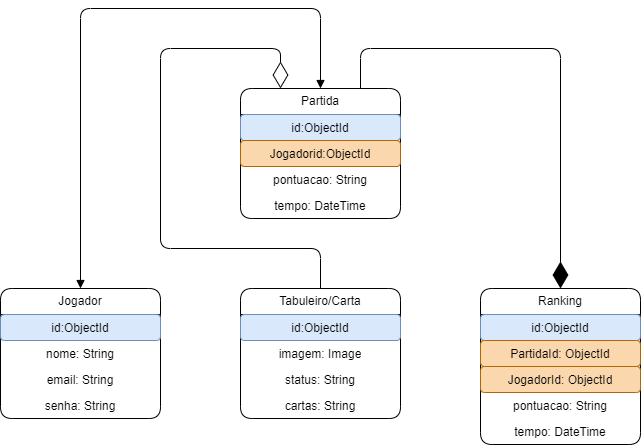
Above: Docs/NOAMPi.drawio.png in FatecFranca/DSM-P3-G05-2025-1 (draw.io), before the change. Source tidied: cells renumbered, new cells last; positions are measured from the earlier drawing's top-left corner, leaving out a move shared by most shapes. The source it was exported from:
```xml
<mxGraphModel background="#ffffff">
  <root>
    <mxCell id="0" />
    <mxCell id="1" parent="0" />
    <mxCell id="2" value="Jogador" style="swimlane;fontStyle=0;horizontal=1;startSize=26;fillColor=none;whiteSpace=wrap;html=1;rounded=1;" parent="1" vertex="1">
      <mxGeometry y="280" width="160" height="130" as="geometry" />
    </mxCell>
    <mxCell id="3" value="id:ObjectId" style="text;strokeColor=#6c8ebf;fillColor=#dae8fc;align=center;verticalAlign=top;spacingLeft=4;spacingRight=4;overflow=hidden;whiteSpace=wrap;html=1;rounded=1;" parent="2" vertex="1">
      <mxGeometry y="26" width="160" height="26" as="geometry" />
    </mxCell>
    <mxCell id="4" value="nome: String" style="text;strokeColor=none;fillColor=none;align=center;verticalAlign=top;spacingLeft=4;spacingRight=4;overflow=hidden;whiteSpace=wrap;html=1;rounded=1;" parent="2" vertex="1">
      <mxGeometry y="52" width="160" height="26" as="geometry" />
    </mxCell>
    <mxCell id="5" value="email: String" style="text;strokeColor=none;fillColor=none;align=center;verticalAlign=top;spacingLeft=4;spacingRight=4;overflow=hidden;whiteSpace=wrap;html=1;rounded=1;" parent="2" vertex="1">
      <mxGeometry y="78" width="160" height="26" as="geometry" />
    </mxCell>
    <mxCell id="6" value="senha: String" style="text;strokeColor=none;fillColor=none;align=center;verticalAlign=top;spacingLeft=4;spacingRight=4;overflow=hidden;points=[[0,0.5],[1,0.5]];portConstraint=eastwest;whiteSpace=wrap;html=1;rounded=1;" parent="2" vertex="1">
      <mxGeometry y="104" width="160" height="26" as="geometry" />
    </mxCell>
    <mxCell id="7" value="Tabuleiro/Carta" style="swimlane;fontStyle=0;horizontal=1;startSize=26;fillColor=none;whiteSpace=wrap;html=1;rounded=1;" parent="1" vertex="1">
      <mxGeometry x="240" y="280" width="160" height="130" as="geometry" />
    </mxCell>
    <mxCell id="8" value="id:ObjectId" style="text;strokeColor=#6c8ebf;fillColor=#dae8fc;align=center;verticalAlign=top;spacingLeft=4;spacingRight=4;overflow=hidden;whiteSpace=wrap;html=1;rounded=1;" parent="7" vertex="1">
      <mxGeometry y="26" width="160" height="26" as="geometry" />
    </mxCell>
    <mxCell id="9" value="imagem: Image" style="text;strokeColor=none;fillColor=none;align=center;verticalAlign=top;spacingLeft=4;spacingRight=4;overflow=hidden;whiteSpace=wrap;html=1;rounded=1;" parent="7" vertex="1">
      <mxGeometry y="52" width="160" height="26" as="geometry" />
    </mxCell>
    <mxCell id="10" value="status: String" style="text;strokeColor=none;fillColor=none;align=center;verticalAlign=top;spacingLeft=4;spacingRight=4;overflow=hidden;whiteSpace=wrap;html=1;rounded=1;" parent="7" vertex="1">
      <mxGeometry y="78" width="160" height="26" as="geometry" />
    </mxCell>
    <mxCell id="11" value="cartas: String" style="text;strokeColor=none;fillColor=none;align=center;verticalAlign=top;spacingLeft=4;spacingRight=4;overflow=hidden;whiteSpace=wrap;html=1;rounded=1;" parent="7" vertex="1">
      <mxGeometry y="104" width="160" height="26" as="geometry" />
    </mxCell>
    <mxCell id="12" value="Partida" style="swimlane;fontStyle=0;horizontal=1;startSize=26;fillColor=none;whiteSpace=wrap;html=1;rounded=1;" parent="1" vertex="1">
      <mxGeometry x="240" y="80" width="160" height="130" as="geometry" />
    </mxCell>
    <mxCell id="13" value="id:ObjectId" style="text;strokeColor=#6c8ebf;fillColor=#dae8fc;align=center;verticalAlign=top;spacingLeft=4;spacingRight=4;overflow=hidden;whiteSpace=wrap;html=1;rounded=1;" parent="12" vertex="1">
      <mxGeometry y="26" width="160" height="26" as="geometry" />
    </mxCell>
    <mxCell id="14" value="Jogadorid:ObjectId" style="text;strokeColor=#b46504;fillColor=#fad7ac;align=center;verticalAlign=top;spacingLeft=4;spacingRight=4;overflow=hidden;whiteSpace=wrap;html=1;rounded=1;" parent="12" vertex="1">
      <mxGeometry y="52" width="160" height="26" as="geometry" />
    </mxCell>
    <mxCell id="15" value="pontuacao: String" style="text;strokeColor=none;fillColor=none;align=center;verticalAlign=top;spacingLeft=4;spacingRight=4;overflow=hidden;whiteSpace=wrap;html=1;rounded=1;" parent="12" vertex="1">
      <mxGeometry y="78" width="160" height="26" as="geometry" />
    </mxCell>
    <mxCell id="16" value="tempo: DateTime" style="text;strokeColor=none;fillColor=none;align=center;verticalAlign=top;spacingLeft=4;spacingRight=4;overflow=hidden;whiteSpace=wrap;html=1;rounded=1;" parent="12" vertex="1">
      <mxGeometry y="104" width="160" height="26" as="geometry" />
    </mxCell>
    <mxCell id="17" value="Ranking" style="swimlane;fontStyle=0;horizontal=1;startSize=26;fillColor=none;whiteSpace=wrap;html=1;rounded=1;" parent="1" vertex="1">
      <mxGeometry x="480" y="280" width="160" height="156" as="geometry" />
    </mxCell>
    <mxCell id="18" value="id:ObjectId" style="text;strokeColor=#6c8ebf;fillColor=#dae8fc;align=center;verticalAlign=top;spacingLeft=4;spacingRight=4;overflow=hidden;whiteSpace=wrap;html=1;rounded=1;" parent="17" vertex="1">
      <mxGeometry y="26" width="160" height="26" as="geometry" />
    </mxCell>
    <mxCell id="19" value="PartidaId: ObjectId" style="text;strokeColor=#b46504;fillColor=#fad7ac;align=center;verticalAlign=top;spacingLeft=4;spacingRight=4;overflow=hidden;whiteSpace=wrap;html=1;rounded=1;" parent="17" vertex="1">
      <mxGeometry y="52" width="160" height="26" as="geometry" />
    </mxCell>
    <mxCell id="20" value="JogadorId: ObjectId" style="text;strokeColor=#b46504;fillColor=#fad7ac;align=center;verticalAlign=top;spacingLeft=4;spacingRight=4;overflow=hidden;whiteSpace=wrap;html=1;rounded=1;" parent="17" vertex="1">
      <mxGeometry y="78" width="160" height="26" as="geometry" />
    </mxCell>
    <mxCell id="21" value="pontuacao: String" style="text;strokeColor=none;fillColor=none;align=center;verticalAlign=top;spacingLeft=4;spacingRight=4;overflow=hidden;whiteSpace=wrap;html=1;rounded=1;" parent="17" vertex="1">
      <mxGeometry y="104" width="160" height="26" as="geometry" />
    </mxCell>
    <mxCell id="22" value="tempo: DateTime" style="text;strokeColor=none;fillColor=none;align=center;verticalAlign=top;spacingLeft=4;spacingRight=4;overflow=hidden;points=[[0,0.5],[1,0.5]];portConstraint=eastwest;whiteSpace=wrap;html=1;rounded=1;" parent="17" vertex="1">
      <mxGeometry y="130" width="160" height="26" as="geometry" />
    </mxCell>
    <mxCell id="23" style="endArrow=diamondThin;endFill=1;endSize=24;html=1;exitX=0.75;exitY=0;exitDx=0;exitDy=0;entryX=0.5;entryY=0;entryDx=0;entryDy=0;rounded=1;" parent="1" edge="1" source="12" target="17">
      <mxGeometry relative="1" as="geometry">
        <Array as="points">
          <mxPoint x="360" y="40" />
          <mxPoint x="560" y="40" />
        </Array>
      </mxGeometry>
    </mxCell>
    <mxCell id="24" style="endArrow=block;startArrow=block;endFill=1;startFill=1;html=1;exitX=0.5;exitY=0;exitDx=0;exitDy=0;entryX=0.5;entryY=0;entryDx=0;entryDy=0;rounded=1;" parent="1" edge="1" source="2" target="12">
      <mxGeometry relative="1" as="geometry">
        <Array as="points">
          <mxPoint x="80" />
          <mxPoint x="320" />
        </Array>
      </mxGeometry>
    </mxCell>
    <mxCell id="25" style="endArrow=diamondThin;endFill=0;endSize=24;html=1;exitX=0.5;exitY=0;exitDx=0;exitDy=0;entryX=0.25;entryY=0;entryDx=0;entryDy=0;rounded=1;" parent="1" edge="1" source="7" target="12">
      <mxGeometry relative="1" as="geometry">
        <Array as="points">
          <mxPoint x="320" y="240" />
          <mxPoint x="160" y="240" />
          <mxPoint x="160" y="40" />
          <mxPoint x="280" y="40" />
        </Array>
      </mxGeometry>
    </mxCell>
  </root>
</mxGraphModel>
```
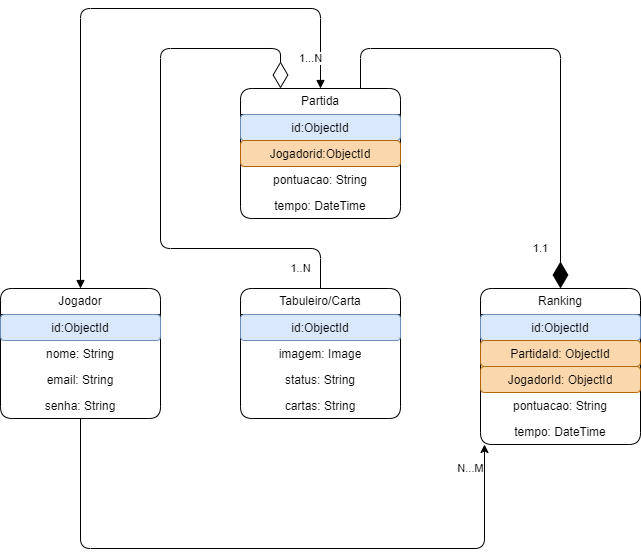
Later version of the same file.

Commit message:
1º Commit   Primeiro teste jogo da memória

Diff of the diagram source:
```diff
@@ -65,24 +65,24 @@
     <mxCell id="22" value="tempo: DateTime" style="text;strokeColor=none;fillColor=none;align=center;verticalAlign=top;spacingLeft=4;spacingRight=4;overflow=hidden;points=[[0,0.5],[1,0.5]];portConstraint=eastwest;whiteSpace=wrap;html=1;rounded=1;" parent="17" vertex="1">
       <mxGeometry y="130" width="160" height="26" as="geometry" />
     </mxCell>
-    <mxCell id="23" style="endArrow=diamondThin;endFill=1;endSize=24;html=1;exitX=0.75;exitY=0;exitDx=0;exitDy=0;entryX=0.5;entryY=0;entryDx=0;entryDy=0;rounded=1;" parent="1" edge="1" source="12" target="17">
-      <mxGeometry relative="1" as="geometry">
+    <mxCell id="23" value="1.1" style="endArrow=diamondThin;endFill=1;endSize=24;html=1;exitX=0.75;exitY=0;exitDx=0;exitDy=0;entryX=0.5;entryY=0;entryDx=0;entryDy=0;rounded=1;" parent="1" edge="1" source="12" target="17">
+      <mxGeometry x="0.83" y="-20" relative="1" as="geometry">
         <Array as="points">
           <mxPoint x="360" y="40" />
           <mxPoint x="560" y="40" />
         </Array>
       </mxGeometry>
     </mxCell>
-    <mxCell id="24" style="endArrow=block;startArrow=block;endFill=1;startFill=1;html=1;exitX=0.5;exitY=0;exitDx=0;exitDy=0;entryX=0.5;entryY=0;entryDx=0;entryDy=0;rounded=1;" parent="1" edge="1" source="2" target="12">
-      <mxGeometry relative="1" as="geometry">
+    <mxCell id="24" value="1...N" style="endArrow=block;startArrow=block;endFill=1;startFill=1;html=1;exitX=0.5;exitY=0;exitDx=0;exitDy=0;entryX=0.5;entryY=0;entryDx=0;entryDy=0;rounded=1;" parent="1" edge="1" source="2" target="12">
+      <mxGeometry x="0.9" y="-10" relative="1" as="geometry">
         <Array as="points">
           <mxPoint x="80" />
           <mxPoint x="320" />
         </Array>
       </mxGeometry>
     </mxCell>
-    <mxCell id="25" style="endArrow=diamondThin;endFill=0;endSize=24;html=1;exitX=0.5;exitY=0;exitDx=0;exitDy=0;entryX=0.25;entryY=0;entryDx=0;entryDy=0;rounded=1;" parent="1" edge="1" source="7" target="12">
-      <mxGeometry relative="1" as="geometry">
+    <mxCell id="25" value="1..N" style="endArrow=diamondThin;endFill=0;endSize=24;html=1;exitX=0.5;exitY=0;exitDx=0;exitDy=0;entryX=0.25;entryY=0;entryDx=0;entryDy=0;rounded=1;" parent="1" edge="1" source="7" target="12">
+      <mxGeometry x="-0.79" y="20" relative="1" as="geometry">
         <Array as="points">
           <mxPoint x="320" y="240" />
           <mxPoint x="160" y="240" />
@@ -91,5 +91,13 @@
         </Array>
       </mxGeometry>
     </mxCell>
+    <mxCell id="26" value="N...M" style="edgeStyle=none;html=1;entryX=0.025;entryY=1;entryDx=0;entryDy=0;entryPerimeter=0;" parent="1" edge="1" source="6" target="22">
+      <mxGeometry x="0.92" y="14" relative="1" as="geometry">
+        <Array as="points">
+          <mxPoint x="80" y="540" />
+          <mxPoint x="484" y="540" />
+        </Array>
+      </mxGeometry>
+    </mxCell>
   </root>
 </mxGraphModel>
```
